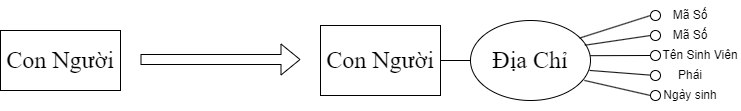
This is Luật thứ bảy(trên xuống).png from datnham0212/learning, a draw.io export, as it was before one commit. Source tidied: cells renumbered, new cells last; positions are measured from the earlier drawing's top-left corner, leaving out a move shared by most shapes.
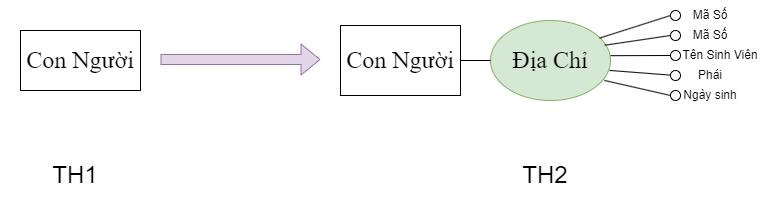
After the commit.

Change to the diagram source:
```diff
@@ -5,7 +5,7 @@
     <mxCell id="2" value="&lt;font style=&quot;font-size: 24px;&quot;&gt;Con Người&lt;/font&gt;" style="rounded=0;whiteSpace=wrap;html=1;fontFamily=Times New Roman;fontSize=24;" parent="1" vertex="1">
       <mxGeometry y="30" width="120" height="60" as="geometry" />
     </mxCell>
-    <mxCell id="3" style="shape=flexArrow;endArrow=classic;html=1;rounded=0;fontFamily=Times New Roman;fontSize=24;" parent="1" edge="1">
+    <mxCell id="3" style="shape=flexArrow;endArrow=classic;html=1;rounded=0;fontFamily=Times New Roman;fontSize=24;fillColor=#e1d5e7;strokeColor=#9673a6;" parent="1" edge="1">
       <mxGeometry relative="1" as="geometry">
         <mxPoint x="140" y="59" as="sourcePoint" />
         <mxPoint x="300" y="59" as="targetPoint" />
@@ -55,7 +55,7 @@
     <mxCell id="16" value="Ngày sinh" style="text;html=1;strokeColor=none;fillColor=none;align=center;verticalAlign=middle;whiteSpace=wrap;rounded=0;" parent="1" vertex="1">
       <mxGeometry x="660" y="80" width="60" height="30" as="geometry" />
     </mxCell>
-    <mxCell id="17" value="Địa Chỉ" style="ellipse;whiteSpace=wrap;html=1;fontSize=24;fontFamily=Times New Roman;" parent="1" vertex="1">
+    <mxCell id="17" value="Địa Chỉ" style="ellipse;whiteSpace=wrap;html=1;fontSize=24;fontFamily=Times New Roman;fillColor=#d5e8d4;strokeColor=#82b366;" parent="1" vertex="1">
       <mxGeometry x="470" y="20" width="120" height="80" as="geometry" />
     </mxCell>
     <mxCell id="18" style="endArrow=none;html=1;rounded=0;entryX=0;entryY=0.5;entryDx=0;entryDy=0;exitX=0.953;exitY=0.309;exitDx=0;exitDy=0;exitPerimeter=0;" parent="1" edge="1" source="17" target="6">
@@ -80,5 +80,11 @@
         <mxPoint x="440" y="60" as="sourcePoint" />
       </mxGeometry>
     </mxCell>
+    <mxCell id="24" value="&lt;font style=&quot;font-size: 24px;&quot;&gt;TH1&lt;/font&gt;" style="text;html=1;strokeColor=none;fillColor=none;align=center;verticalAlign=middle;whiteSpace=wrap;rounded=0;" parent="1" vertex="1">
+      <mxGeometry x="-20" y="130" width="150" height="90" as="geometry" />
+    </mxCell>
+    <mxCell id="25" value="&lt;font style=&quot;font-size: 24px;&quot;&gt;TH2&lt;/font&gt;" style="text;html=1;strokeColor=none;fillColor=none;align=center;verticalAlign=middle;whiteSpace=wrap;rounded=0;" parent="1" vertex="1">
+      <mxGeometry x="450" y="130" width="150" height="90" as="geometry" />
+    </mxCell>
   </root>
 </mxGraphModel>
```
